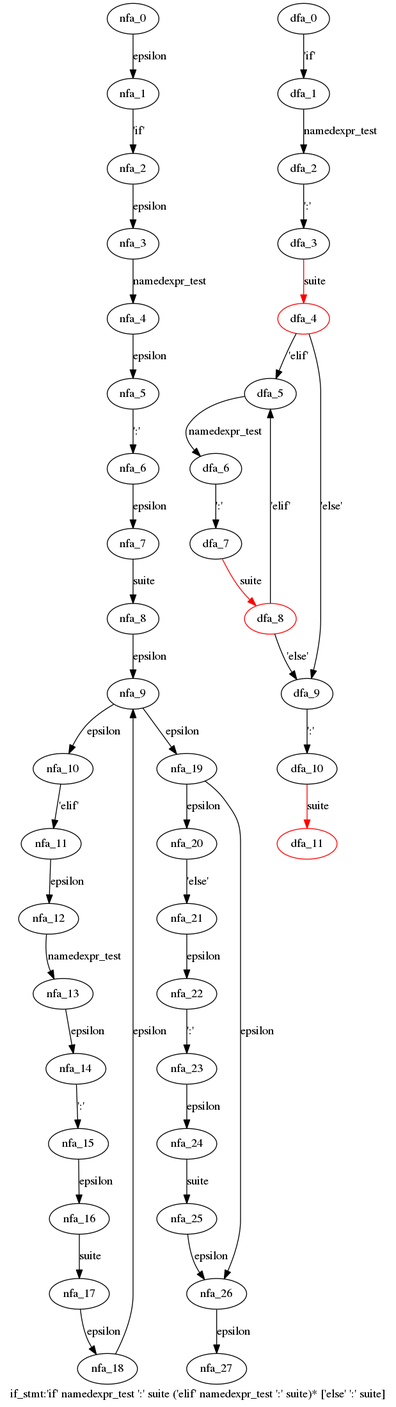
Earlier version of the Graphviz export cpython/grammar/handwrite/nfa_dfas/41.if_stmt.dot.png (WinChua/blog). Its source is kept beside it as cpython/grammar/handwrite/nfa_dfas/41.if_stmt.dot.
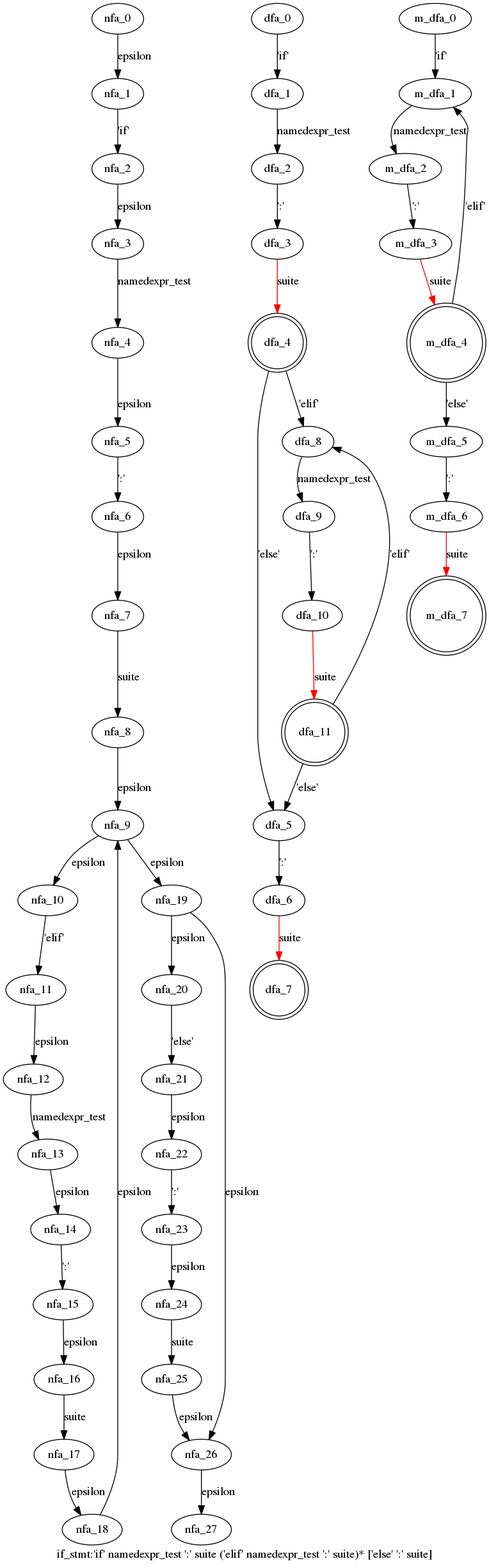
The same file after the commit.

Diff of the diagram source:
```diff
@@ -36,17 +36,29 @@
   dfa_1->dfa_2[label="namedexpr_test"]
   dfa_2->dfa_3[label="':'"]
   dfa_3->dfa_4[label="suite",color=red]
-  dfa_4->dfa_5[label="'elif'"]
-  dfa_5->dfa_6[label="namedexpr_test"]
-  dfa_6->dfa_7[label="':'"]
-  dfa_7->dfa_8[label="suite",color=red]
-  dfa_8->dfa_9[label="'else'"]
+  dfa_4->dfa_5[label="'else'"]
+  dfa_5->dfa_6[label="':'"]
+  dfa_6->dfa_7[label="suite",color=red]
+  dfa_4->dfa_8[label="'elif'"]
+  dfa_8->dfa_9[label="namedexpr_test"]
   dfa_9->dfa_10[label="':'"]
   dfa_10->dfa_11[label="suite",color=red]
-  dfa_8->dfa_5[label="'elif'"]
-  dfa_4->dfa_9[label="'else'"]
-  dfa_8[color=red]
-  dfa_11[color=red]
-  dfa_4[color=red]
+  dfa_11->dfa_5[label="'else'"]
+  dfa_11->dfa_8[label="'elif'"]
+  dfa_11[shape=doublecircle]
+  dfa_4[shape=doublecircle]
+  dfa_7[shape=doublecircle]
+  }
+ subgraph if_stmt_m_dfa {
+  m_dfa_0->m_dfa_1[label="'if'"]
+  m_dfa_1->m_dfa_2[label="namedexpr_test"]
+  m_dfa_2->m_dfa_3[label="':'"]
+  m_dfa_3->m_dfa_4[label="suite",color=red]
+  m_dfa_4->m_dfa_1[label="'elif'"]
+  m_dfa_4->m_dfa_5[label="'else'"]
+  m_dfa_5->m_dfa_6[label="':'"]
+  m_dfa_6->m_dfa_7[label="suite",color=red]
+  m_dfa_4[shape=doublecircle]
+  m_dfa_7[shape=doublecircle]
   }
 }
```
